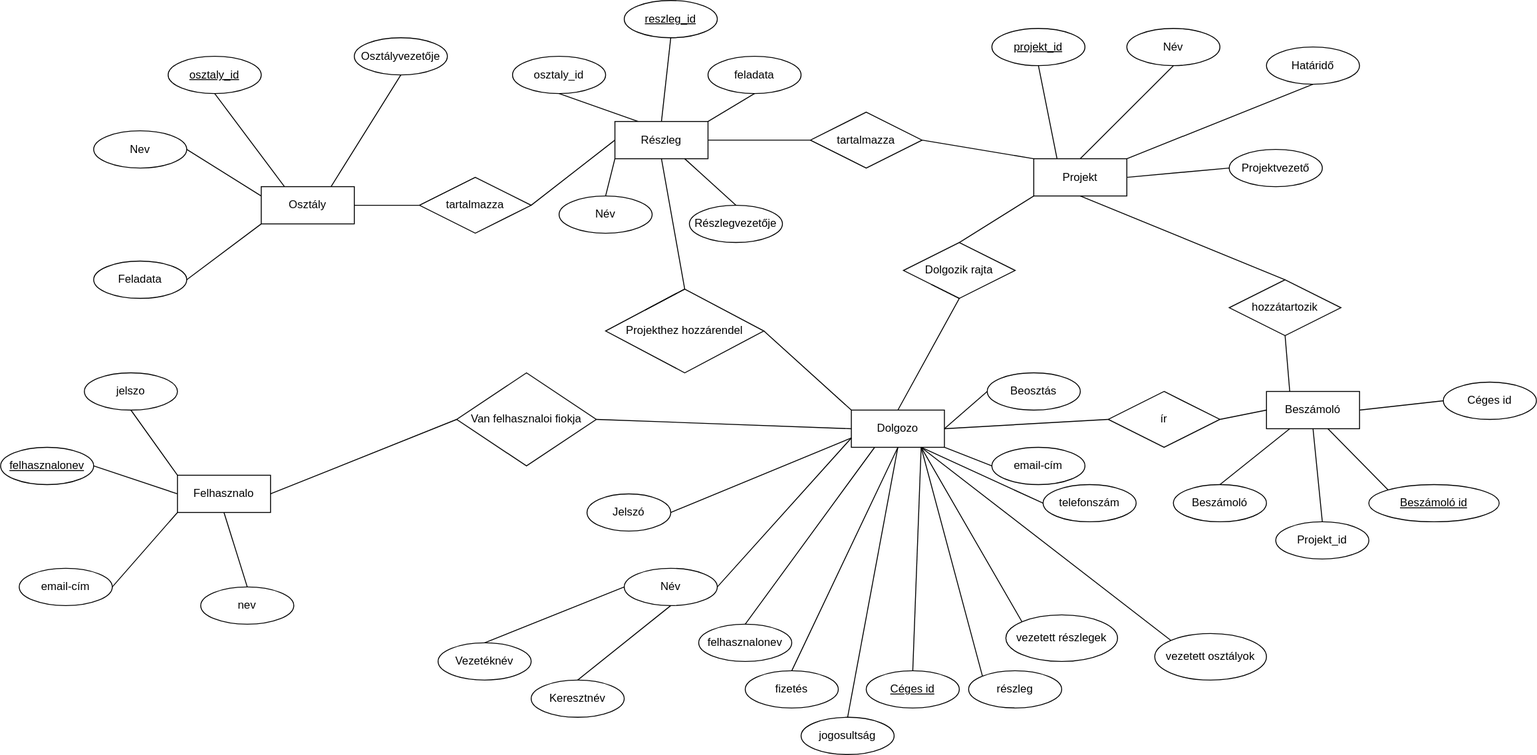
Alfonz33/adatbazis-projektmunka keeps this draw.io diagram as adatb.drawio.svg. Above is the earlier version. Source tidied: cells renumbered, new cells last; positions are measured from the earlier drawing's top-left corner, leaving out a move shared by most shapes.
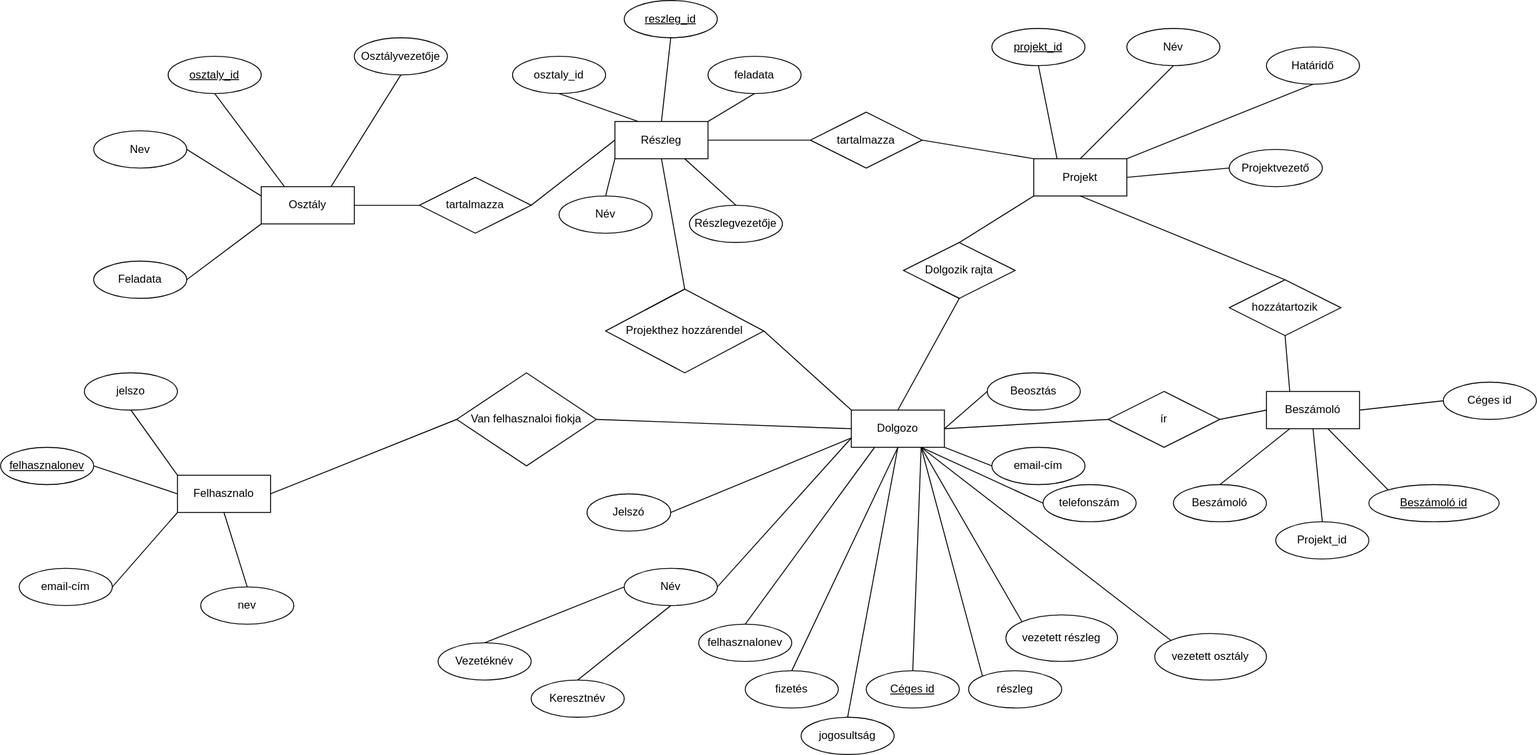
After the change.

Diff of the diagram source:
```diff
@@ -201,7 +201,7 @@
     <mxCell id="66" value="telefonszám" style="ellipse;whiteSpace=wrap;html=1;align=center;" parent="1" vertex="1">
       <mxGeometry x="1120" y="520" width="100" height="40" as="geometry" />
     </mxCell>
-    <mxCell id="67" value="vezetett részlegek" style="ellipse;whiteSpace=wrap;html=1;align=center;" parent="1" vertex="1">
+    <mxCell id="67" value="vezetett részleg" style="ellipse;whiteSpace=wrap;html=1;align=center;" parent="1" vertex="1">
       <mxGeometry x="1080" y="660" width="120" height="50" as="geometry" />
     </mxCell>
     <mxCell id="68" value="&lt;div style=&quot;text-align: center;&quot;&gt;&lt;span style=&quot;text-align: start; background-color: initial;&quot;&gt;részleg&lt;/span&gt;&lt;span style=&quot;color: rgba(0, 0, 0, 0); font-family: monospace; font-size: 0px; text-align: start; text-wrap-mode: nowrap; background-color: initial;&quot;&gt;%3CmxGraphModel%3E%3Croot%3E%3CmxCell%20id%3D%220%22%2F%3E%3CmxCell%20id%3D%221%22%20parent%3D%220%22%2F%3E%3CmxCell%20id%3D%222%22%20value%3D%22C%C3%A9ges%20azonosit%C3%B3%22%20style%3D%22ellipse%3BwhiteSpace%3Dwrap%3Bhtml%3D1%3Balign%3Dcenter%3BfontStyle%3D4%3B%22%20vertex%3D%221%22%20parent%3D%221%22%3E%3CmxGeometry%20x%3D%22290%22%20y%3D%22480%22%20width%3D%22100%22%20height%3D%2240%22%20as%3D%22geometry%22%2F%3E%3C%2FmxCell%3E%3C%2Froot%3E%3C%2FmxGraphMod&lt;/span&gt;&lt;/div&gt;" style="ellipse;whiteSpace=wrap;html=1;align=center;" parent="1" vertex="1">
@@ -301,7 +301,7 @@
     <mxCell id="98" value="Osztályvezetője" style="ellipse;whiteSpace=wrap;html=1;align=center;" parent="1" vertex="1">
       <mxGeometry x="380" y="40" width="100" height="40" as="geometry" />
     </mxCell>
-    <mxCell id="99" value="vezetett osztályok" style="ellipse;whiteSpace=wrap;html=1;align=center;" parent="1" vertex="1">
+    <mxCell id="99" value="vezetett osztály" style="ellipse;whiteSpace=wrap;html=1;align=center;" parent="1" vertex="1">
       <mxGeometry x="1240" y="680" width="120" height="50" as="geometry" />
     </mxCell>
     <mxCell id="100" style="endArrow=none;html=1;rounded=0;exitX=0.75;exitY=1;exitDx=0;exitDy=0;entryX=0;entryY=0;entryDx=0;entryDy=0;" parent="1" edge="1" source="2" target="99">
```
